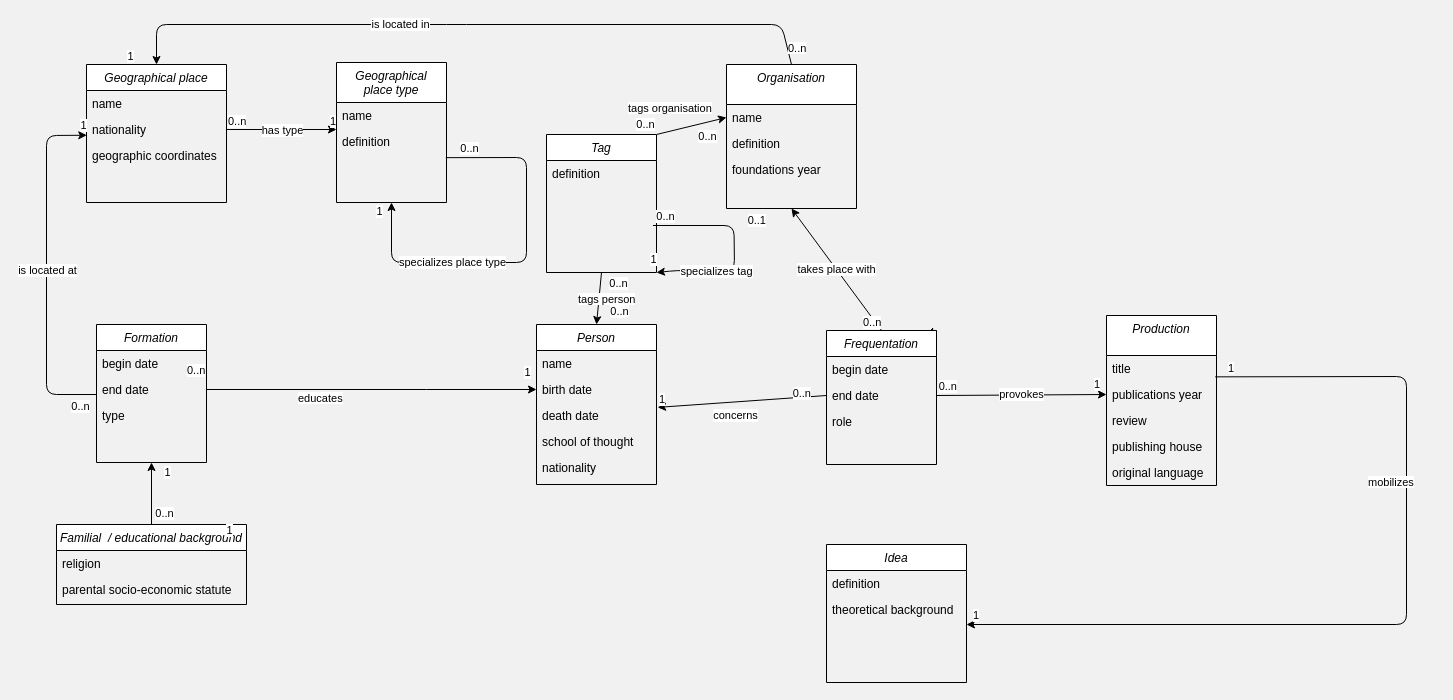
The draw.io diagram Prosopographie/new_MCD_to_database_example.drawio in roulyojr/HS25_Anthropologues, before the edit. Source tidied: cells renumbered, new cells numbered last; positions are measured from the earlier drawing's top-left corner, leaving out a move shared by most shapes. Both pictures are drawn from the tidied source at 100%, with x=0, y=0 at pixel (46, 24).
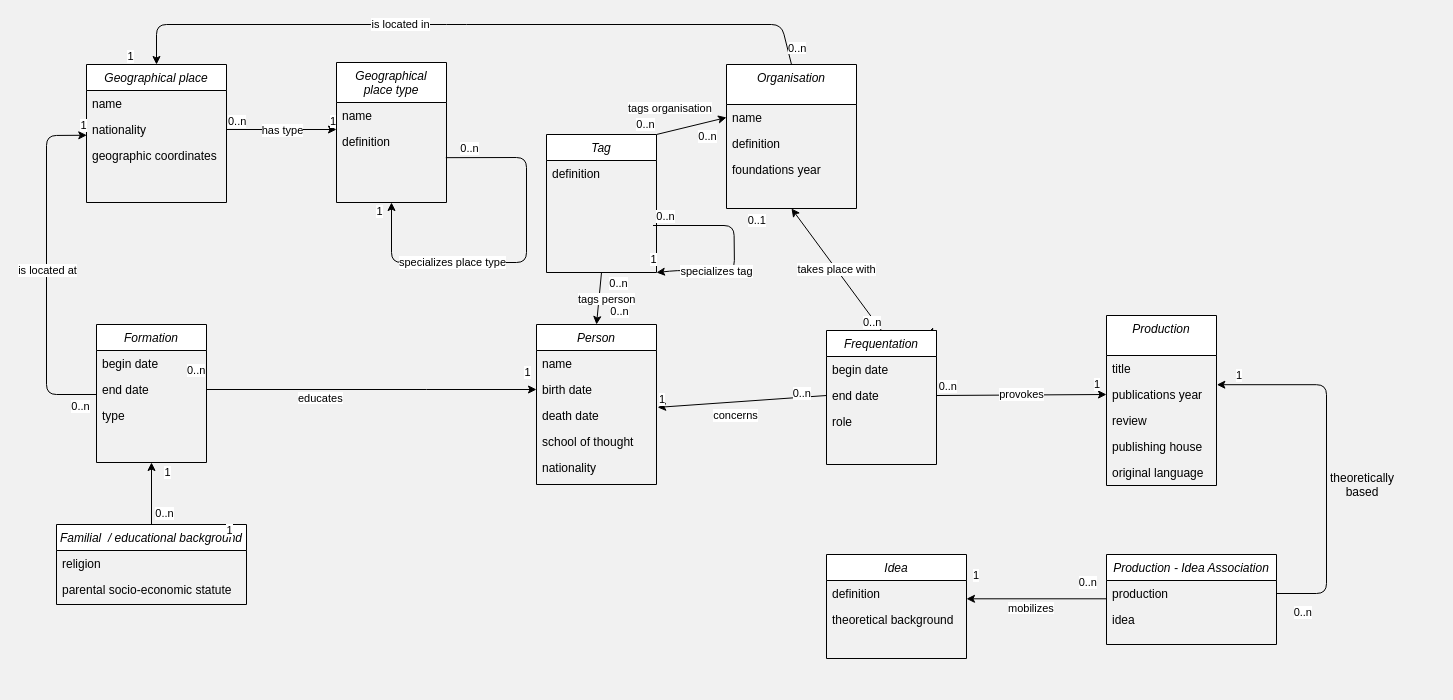
The same page after the edit.

The change refers to these unchanged cells:
```xml
<mxCell id="26" value="publications year" style="text;align=left;verticalAlign=top;spacingLeft=4;spacingRight=4;overflow=hidden;points=[[0,0.5],[1,0.5]];portConstraint=eastwest;rounded=0;shadow=0;html=0;" parent="24" vertex="1">
  <mxGeometry y="66" width="110" height="26" as="geometry" />
</mxCell>
```

Change to the diagram source:
```diff
@@
     <mxCell id="61" value="Idea" style="swimlane;fontStyle=2;align=center;verticalAlign=top;horizontal=1;startSize=26;rounded=0;shadow=0;strokeWidth=1;" parent="1" vertex="1">
-      <mxGeometry x="780" y="520" width="140" height="138" as="geometry" />
+      <mxGeometry x="780" y="530" width="140" height="104" as="geometry" />
     </mxCell>
@@
-    <mxCell id="65" style="edgeStyle=none;html=1;exitX=0.988;exitY=-0.179;exitDx=0;exitDy=0;fontFamily=Helvetica;fontSize=12;fontColor=default;fontStyle=2;exitPerimeter=0;" parent="1" edge="1" source="26">
-      <mxGeometry relative="1" as="geometry">
-        <mxPoint x="920" y="600" as="targetPoint" />
-        <Array as="points">
-          <mxPoint x="1360" y="352" />
-          <mxPoint x="1360" y="600" />
-        </Array>
-      </mxGeometry>
-    </mxCell>
@@
     <mxCell id="71" value="1" style="edgeLabel;html=1;align=left;verticalAlign=bottom;" parent="1" vertex="1">
-      <mxGeometry x="1220" y="360" as="geometry">
+      <mxGeometry x="1220" y="320" as="geometry">
         <mxPoint x="-295" y="239" as="offset" />
       </mxGeometry>
     </mxCell>
@@
     <mxCell id="87" value="&lt;div style=&quot;text-align: center;&quot;&gt;&lt;span style=&quot;font-size: 11px; text-wrap-mode: nowrap; background-color: rgb(255, 255, 255);&quot;&gt;mobilizes&lt;/span&gt;&lt;/div&gt;" style="text;whiteSpace=wrap;html=1;" parent="1" vertex="1">
-      <mxGeometry x="1320" y="444" width="70" height="40" as="geometry" />
+      <mxGeometry x="960" y="570" width="70" height="40" as="geometry" />
     </mxCell>
@@
+    <mxCell id="97" value="Production - Idea Association" style="swimlane;fontStyle=2;align=center;verticalAlign=top;horizontal=1;startSize=26;rounded=0;shadow=0;strokeWidth=1;" parent="1" vertex="1">
+      <mxGeometry x="1060" y="530" width="170" height="90" as="geometry" />
+    </mxCell>
+    <mxCell id="98" value="production" style="text;align=left;verticalAlign=top;spacingLeft=4;spacingRight=4;overflow=hidden;points=[[0,0.5],[1,0.5]];portConstraint=eastwest;rounded=0;shadow=0;html=0;" parent="97" vertex="1">
+      <mxGeometry y="26" width="170" height="26" as="geometry" />
+    </mxCell>
+    <mxCell id="99" value="idea" style="text;align=left;verticalAlign=top;spacingLeft=4;spacingRight=4;overflow=hidden;" parent="97" vertex="1">
+      <mxGeometry y="52" width="170" height="26" as="geometry" />
+    </mxCell>
+    <mxCell id="100" style="edgeStyle=elbowEdgeStyle;rounded=0;orthogonalLoop=1;jettySize=auto;elbow=vertical;html=1;exitX=0;exitY=0.5;exitDx=0;exitDy=0;" parent="97" edge="1" source="98" target="98">
+      <mxGeometry relative="1" as="geometry" />
+    </mxCell>
+    <mxCell id="101" value="&lt;span style=&quot;color: rgb(0, 0, 0);&quot;&gt;0..n&lt;/span&gt;" style="edgeLabel;html=1;align=right;verticalAlign=bottom;" parent="1" vertex="1">
+      <mxGeometry x="980" y="630" as="geometry">
+        <mxPoint x="286" y="-34" as="offset" />
+      </mxGeometry>
+    </mxCell>
+    <mxCell id="102" style="edgeStyle=orthogonalEdgeStyle;html=1;exitX=1;exitY=0.5;exitDx=0;exitDy=0;entryX=1.003;entryY=0.123;entryDx=0;entryDy=0;entryPerimeter=0;" parent="1" edge="1" source="98" target="26">
+      <mxGeometry relative="1" as="geometry">
+        <Array as="points">
+          <mxPoint x="1280" y="569" />
+          <mxPoint x="1280" y="360" />
+        </Array>
+      </mxGeometry>
+    </mxCell>
-    <mxCell id="96" value="&lt;span style=&quot;color: rgb(0, 0, 0); font-family: Helvetica; font-size: 11px; font-style: normal; font-variant-ligatures: normal; font-variant-caps: normal; font-weight: 400; letter-spacing: normal; orphans: 2; text-align: left; text-indent: 0px; text-transform: none; widows: 2; word-spacing: 0px; -webkit-text-stroke-width: 0px; white-space: nowrap; background-color: rgb(255, 255, 255); text-decoration-thickness: initial; text-decoration-style: initial; text-decoration-color: initial; display: inline !important; float: none;&quot;&gt;1&lt;/span&gt;" style="text;whiteSpace=wrap;html=1;" parent="1" vertex="1">
-      <mxGeometry x="1180" y="330" width="40" height="40" as="geometry" />
+    <mxCell id="96" value="1" style="edgeLabel;html=1;align=left;verticalAlign=bottom;" parent="1" vertex="1">
+      <mxGeometry x="1060" y="380" as="geometry">
+        <mxPoint x="128" y="-21" as="offset" />
+      </mxGeometry>
     </mxCell>
+    <mxCell id="103" style="edgeStyle=none;html=1;" parent="1" edge="1">
+      <mxGeometry relative="1" as="geometry">
+        <mxPoint x="1060" y="574.3" as="sourcePoint" />
+        <mxPoint x="920" y="574.3" as="targetPoint" />
+      </mxGeometry>
+    </mxCell>
+    <mxCell id="104" value="&lt;span style=&quot;color: rgb(0, 0, 0);&quot;&gt;0..n&lt;/span&gt;" style="edgeLabel;html=1;align=right;verticalAlign=bottom;" parent="1" vertex="1">
+      <mxGeometry x="765" y="600" as="geometry">
+        <mxPoint x="286" y="-34" as="offset" />
+      </mxGeometry>
+    </mxCell>
+    <mxCell id="105" value="&lt;div style=&quot;text-align: center;&quot;&gt;theoretically based&lt;/div&gt;" style="text;whiteSpace=wrap;html=1;" parent="1" vertex="1">
+      <mxGeometry x="1280" y="440" width="70" height="40" as="geometry" />
+    </mxCell>
```
